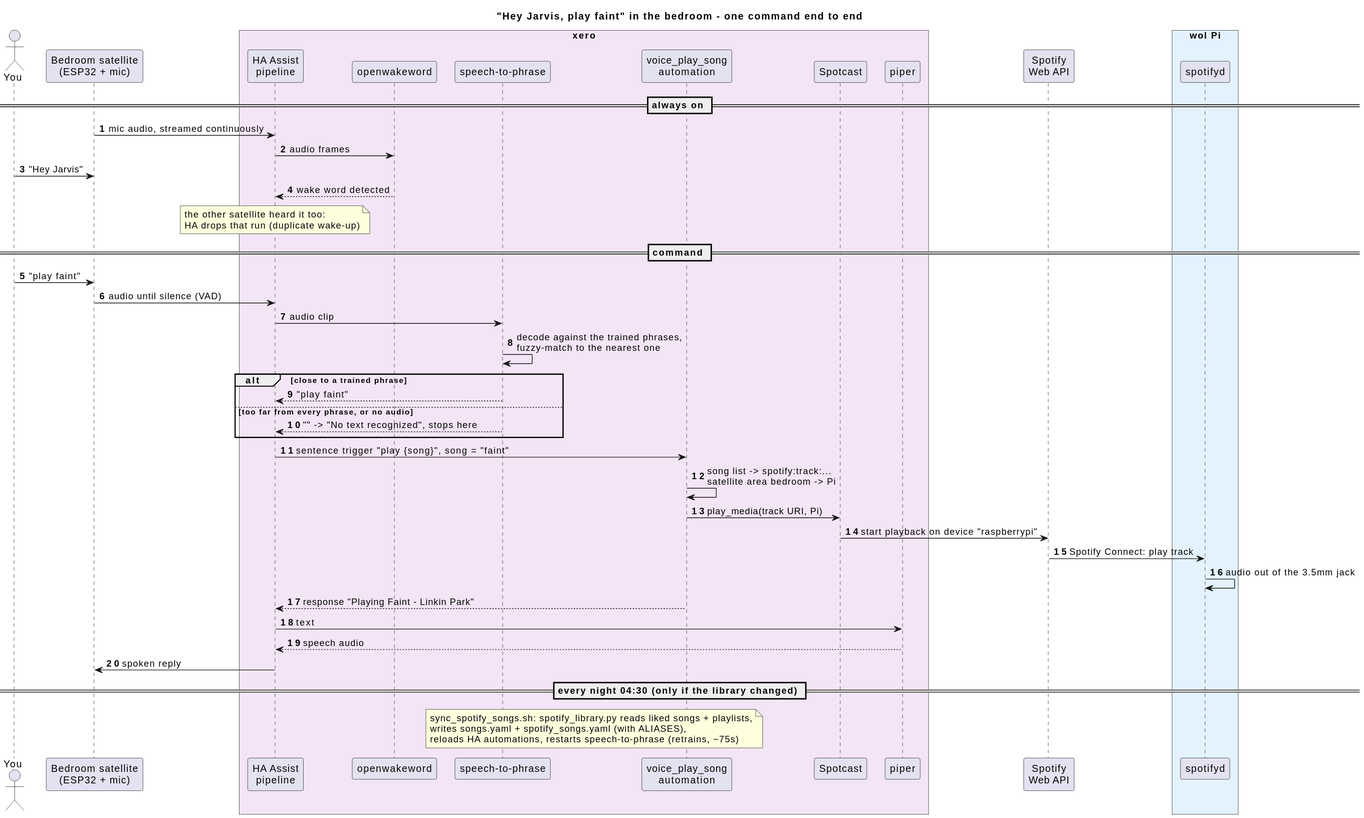
Before: projects/voice-assistant/sequence_play_song.svg, a diagram exported from PlantUML (pjangam/homelab). The source it was exported from:
```plantuml
@startuml
title "Hey Jarvis, play faint" in the bedroom - one command end to end

skinparam shadowing false
skinparam defaultFontName Helvetica
skinparam sequenceMessageAlign left
skinparam ParticipantPadding 8
autonumber

actor "You" as user
participant "Bedroom satellite\n(ESP32 + mic)" as sat
box "xero" #F3E5F5
  participant "HA Assist\npipeline" as pipe
  participant "openwakeword" as oww
  participant "speech-to-phrase" as stp
  participant "voice_play_song\nautomation" as auto
  participant "Spotcast" as sc
  participant "piper" as piper
end box
participant "Spotify\nWeb API" as sp
box "wol Pi" #E3F2FD
  participant "spotifyd" as spd
end box

== always on ==
sat -> pipe : mic audio, streamed continuously
pipe -> oww : audio frames
user -> sat : "Hey Jarvis"
oww --> pipe : wake word detected
note over pipe : the other satellite heard it too:\nHA drops that run (duplicate wake-up)

== command ==
user -> sat : "play faint"
sat -> pipe : audio until silence (VAD)
pipe -> stp : audio clip
stp -> stp : decode against the trained phrases,\nfuzzy-match to the nearest one
alt close to a trained phrase
  stp --> pipe : "play faint"
else too far from every phrase, or no audio
  stp --> pipe : "" -> "No text recognized", stops here
end
pipe -> auto : sentence trigger "play {song}", song = "faint"
auto -> auto : song list -> spotify:track:...\nsatellite area bedroom -> Pi
auto -> sc : play_media(track URI, Pi)
sc -> sp : start playback on device "raspberrypi"
sp -> spd : Spotify Connect: play track
spd -> spd : audio out of the 3.5mm jack
auto --> pipe : response "Playing Faint - Linkin Park"
pipe -> piper : text
piper --> pipe : speech audio
pipe -> sat : spoken reply

== every night 04:30 (only if the library changed) ==
note over auto, stp
  sync_spotify_songs.sh: spotify_library.py reads liked songs + playlists,
  writes songs.yaml + spotify_songs.yaml (with ALIASES),
  reloads HA automations, restarts speech-to-phrase (retrains, ~75s)
end note
@enduml
```
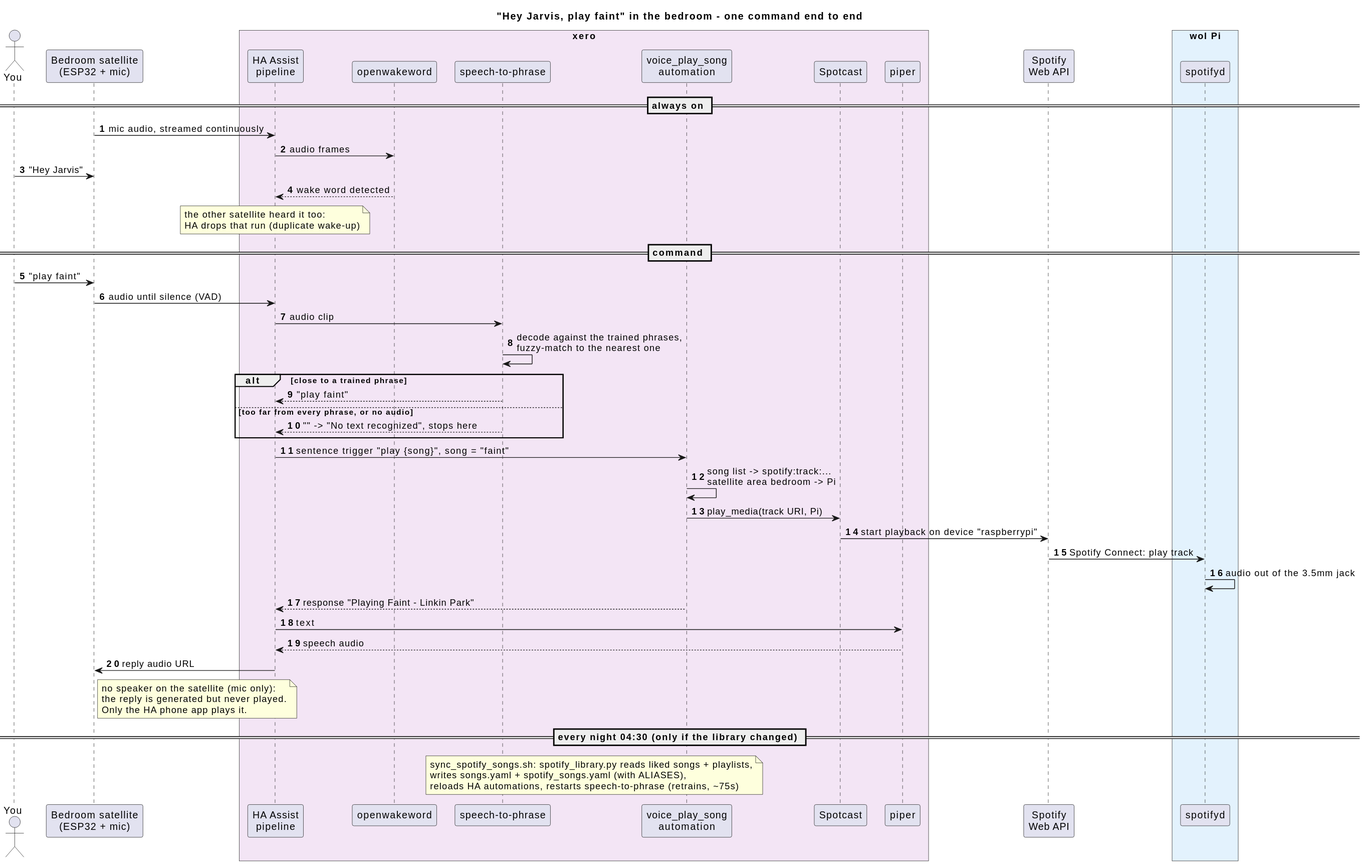
Above is the later version.

Commit message:
voice-assistant diagrams: the spoken reply is never played on the satellites

Change to the diagram source:
```diff
@@ -48,7 +48,8 @@
 auto --> pipe : response "Playing Faint - Linkin Park"
 pipe -> piper : text
 piper --> pipe : speech audio
-pipe -> sat : spoken reply
+pipe -> sat : reply audio URL
+note right of sat : no speaker on the satellite (mic only):\nthe reply is generated but never played.\nOnly the HA phone app plays it.
 
 == every night 04:30 (only if the library changed) ==
 note over auto, stp
```
